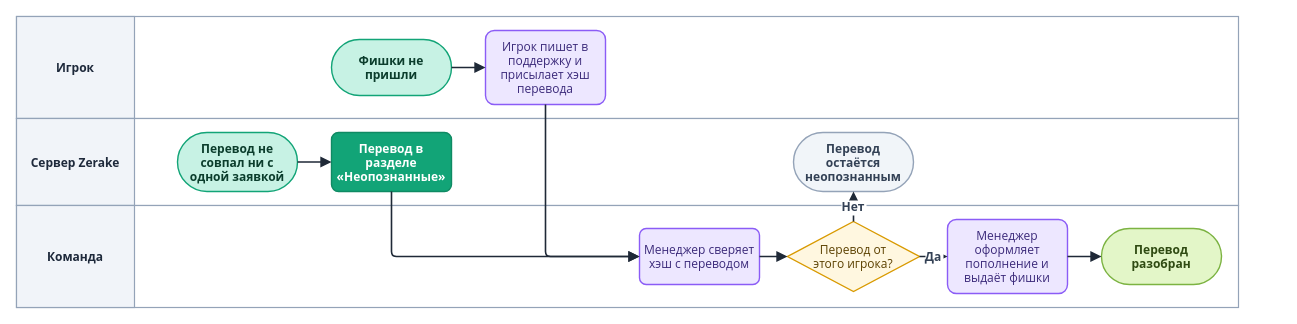
The draw.io diagram diagrams/drawio/unmatched.drawio in LILSUFFER/zerake-docs, before the edit. Source tidied: cells renumbered, new cells numbered last; positions are measured from the earlier drawing's top-left corner, leaving out a move shared by most shapes. Both pictures are drawn from the tidied source at 100%, with x=0, y=0 at pixel (16, 16).
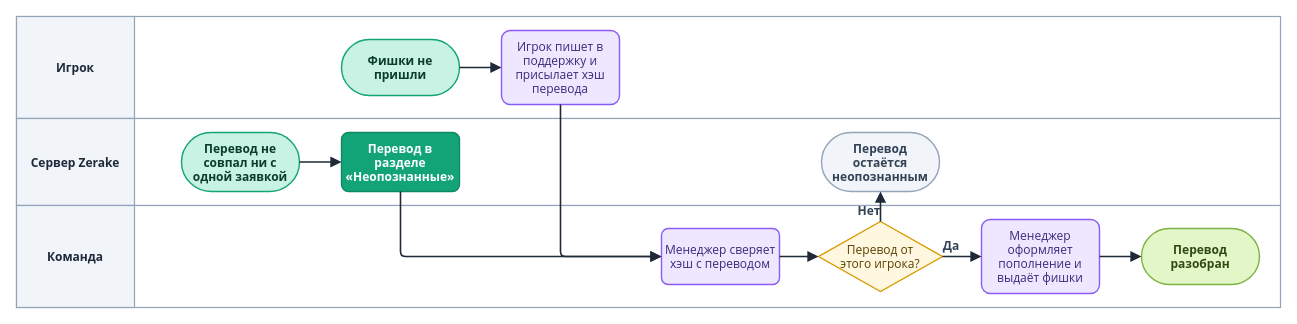
Above is the later version.

Diff of the diagram source:
```diff
@@
     <mxCell id="2" style="rounded=0;html=0;fillColor=#FFFFFF;strokeColor=#94A3B8;strokeWidth=1.2;" parent="1" vertex="1">
-      <mxGeometry width="1222" height="102" as="geometry" />
+      <mxGeometry width="1264" height="102" as="geometry" />
     </mxCell>
@@
     <mxCell id="4" style="rounded=0;html=0;fillColor=#FFFFFF;strokeColor=#94A3B8;strokeWidth=1.2;" parent="1" vertex="1">
-      <mxGeometry y="102" width="1222" height="87" as="geometry" />
+      <mxGeometry y="102" width="1264" height="87" as="geometry" />
     </mxCell>
@@
     <mxCell id="6" style="rounded=0;html=0;fillColor=#FFFFFF;strokeColor=#94A3B8;strokeWidth=1.2;" parent="1" vertex="1">
-      <mxGeometry y="189" width="1222" height="102" as="geometry" />
+      <mxGeometry y="189" width="1264" height="102" as="geometry" />
     </mxCell>
@@
     <mxCell id="8" value="Перевод не&#10;совпал ни с&#10;одной заявкой" style="rounded=1;arcSize=50;html=0;fontStyle=1;fillColor=#C7F2E4;strokeColor=#12A477;fontColor=#0B3D2C;fontFamily=Segoe UI;fontSize=12;strokeWidth=1.4;" parent="1" vertex="1">
-      <mxGeometry x="161" y="116" width="120" height="59" as="geometry" />
+      <mxGeometry x="165" y="116" width="118" height="59" as="geometry" />
     </mxCell>
     <mxCell id="9" value="Перевод в&#10;разделе&#10;«Неопознанные»" style="rounded=1;arcSize=12;html=0;fillColor=#12A477;strokeColor=#0F8A63;fontColor=#FFFFFF;fontStyle=1;fontFamily=Segoe UI;fontSize=12;strokeWidth=1.4;" parent="1" vertex="1">
-      <mxGeometry x="315" y="116" width="120" height="59" as="geometry" />
+      <mxGeometry x="325" y="116" width="118" height="59" as="geometry" />
     </mxCell>
     <mxCell id="10" value="Фишки не&#10;пришли" style="rounded=1;arcSize=50;html=0;fontStyle=1;fillColor=#C7F2E4;strokeColor=#12A477;fontColor=#0B3D2C;fontFamily=Segoe UI;fontSize=12;strokeWidth=1.4;" parent="1" vertex="1">
-      <mxGeometry x="315" y="23" width="120" height="56" as="geometry" />
+      <mxGeometry x="325" y="23" width="118" height="56" as="geometry" />
     </mxCell>
     <mxCell id="11" value="Игрок пишет в&#10;поддержку и&#10;присылает хэш&#10;перевода" style="rounded=1;arcSize=12;html=0;fillColor=#EDE7FF;strokeColor=#8B5CF6;fontColor=#3B2A7A;fontFamily=Segoe UI;fontSize=12;strokeWidth=1.4;" parent="1" vertex="1">
-      <mxGeometry x="469" y="14" width="120" height="74" as="geometry" />
+      <mxGeometry x="485" y="14" width="118" height="74" as="geometry" />
     </mxCell>
     <mxCell id="12" value="Менеджер сверяет&#10;хэш с переводом" style="rounded=1;arcSize=12;html=0;fillColor=#EDE7FF;strokeColor=#8B5CF6;fontColor=#3B2A7A;fontFamily=Segoe UI;fontSize=12;strokeWidth=1.4;" parent="1" vertex="1">
-      <mxGeometry x="623" y="212" width="120" height="56" as="geometry" />
+      <mxGeometry x="645" y="212" width="118" height="56" as="geometry" />
     </mxCell>
     <mxCell id="13" value="Перевод от&#10;этого игрока?" style="rhombus;html=0;fillColor=#FFF7E0;strokeColor=#D99A00;fontColor=#5C4100;fontFamily=Segoe UI;fontSize=12;strokeWidth=1.4;" parent="1" vertex="1">
-      <mxGeometry x="771" y="205" width="132" height="70" as="geometry" />
+      <mxGeometry x="802" y="205" width="124" height="70" as="geometry" />
     </mxCell>
     <mxCell id="14" value="Перевод&#10;остаётся&#10;неопознанным" style="rounded=1;arcSize=50;html=0;fontStyle=1;fillColor=#F1F5F9;strokeColor=#94A3B8;fontColor=#334155;fontFamily=Segoe UI;fontSize=12;strokeWidth=1.4;" parent="1" vertex="1">
-      <mxGeometry x="777" y="116" width="120" height="59" as="geometry" />
+      <mxGeometry x="805" y="116" width="118" height="59" as="geometry" />
     </mxCell>
     <mxCell id="15" value="Менеджер&#10;оформляет&#10;пополнение и&#10;выдаёт фишки" style="rounded=1;arcSize=12;html=0;fillColor=#EDE7FF;strokeColor=#8B5CF6;fontColor=#3B2A7A;fontFamily=Segoe UI;fontSize=12;strokeWidth=1.4;" parent="1" vertex="1">
-      <mxGeometry x="931" y="203" width="120" height="74" as="geometry" />
+      <mxGeometry x="965" y="203" width="118" height="74" as="geometry" />
     </mxCell>
     <mxCell id="16" value="Перевод&#10;разобран" style="rounded=1;arcSize=50;html=0;fontStyle=1;fillColor=#E3F6C8;strokeColor=#7CB342;fontColor=#2F4A12;fontFamily=Segoe UI;fontSize=12;strokeWidth=1.4;" parent="1" vertex="1">
-      <mxGeometry x="1085" y="212" width="120" height="56" as="geometry" />
+      <mxGeometry x="1125" y="212" width="118" height="56" as="geometry" />
     </mxCell>
-    <mxCell id="17" style="edgeStyle=orthogonalEdgeStyle;rounded=1;arcSize=10;jettySize=auto;html=0;strokeColor=#1F2937;strokeWidth=1.6;endArrow=block;endFill=1;endSize=7;fontFamily=Segoe UI;fontSize=12;fontStyle=1;fontColor=#334155;labelBackgroundColor=#FFFFFF;" parent="1" edge="1" source="8" target="9">
+    <mxCell id="17" style="edgeStyle=orthogonalEdgeStyle;rounded=1;arcSize=10;jettySize=auto;html=0;strokeColor=#1F2937;strokeWidth=1.6;endArrow=block;endFill=1;endSize=7;fontFamily=Segoe UI;fontSize=12;fontStyle=1;fontColor=#334155;labelBackgroundColor=none;" parent="1" edge="1" source="8" target="9">
       <mxGeometry relative="1" as="geometry" />
     </mxCell>
-    <mxCell id="18" style="edgeStyle=orthogonalEdgeStyle;rounded=1;arcSize=10;jettySize=auto;html=0;strokeColor=#1F2937;strokeWidth=1.6;endArrow=block;endFill=1;endSize=7;fontFamily=Segoe UI;fontSize=12;fontStyle=1;fontColor=#334155;labelBackgroundColor=#FFFFFF;exitX=0.5;exitY=1;entryX=0;entryY=0.5;" parent="1" edge="1" source="9" target="12">
+    <mxCell id="18" style="edgeStyle=orthogonalEdgeStyle;rounded=1;arcSize=10;jettySize=auto;html=0;strokeColor=#1F2937;strokeWidth=1.6;endArrow=block;endFill=1;endSize=7;fontFamily=Segoe UI;fontSize=12;fontStyle=1;fontColor=#334155;labelBackgroundColor=none;exitX=0.5;exitY=1;entryX=0;entryY=0.5;" parent="1" edge="1" source="9" target="12">
       <mxGeometry relative="1" as="geometry" />
     </mxCell>
-    <mxCell id="19" style="edgeStyle=orthogonalEdgeStyle;rounded=1;arcSize=10;jettySize=auto;html=0;strokeColor=#1F2937;strokeWidth=1.6;endArrow=block;endFill=1;endSize=7;fontFamily=Segoe UI;fontSize=12;fontStyle=1;fontColor=#334155;labelBackgroundColor=#FFFFFF;" parent="1" edge="1" source="10" target="11">
+    <mxCell id="19" style="edgeStyle=orthogonalEdgeStyle;rounded=1;arcSize=10;jettySize=auto;html=0;strokeColor=#1F2937;strokeWidth=1.6;endArrow=block;endFill=1;endSize=7;fontFamily=Segoe UI;fontSize=12;fontStyle=1;fontColor=#334155;labelBackgroundColor=none;" parent="1" edge="1" source="10" target="11">
       <mxGeometry relative="1" as="geometry" />
     </mxCell>
-    <mxCell id="20" style="edgeStyle=orthogonalEdgeStyle;rounded=1;arcSize=10;jettySize=auto;html=0;strokeColor=#1F2937;strokeWidth=1.6;endArrow=block;endFill=1;endSize=7;fontFamily=Segoe UI;fontSize=12;fontStyle=1;fontColor=#334155;labelBackgroundColor=#FFFFFF;exitX=0.5;exitY=1;entryX=0;entryY=0.5;" parent="1" edge="1" source="11" target="12">
+    <mxCell id="20" style="edgeStyle=orthogonalEdgeStyle;rounded=1;arcSize=10;jettySize=auto;html=0;strokeColor=#1F2937;strokeWidth=1.6;endArrow=block;endFill=1;endSize=7;fontFamily=Segoe UI;fontSize=12;fontStyle=1;fontColor=#334155;labelBackgroundColor=none;exitX=0.5;exitY=1;entryX=0;entryY=0.5;" parent="1" edge="1" source="11" target="12">
       <mxGeometry relative="1" as="geometry" />
     </mxCell>
-    <mxCell id="21" style="edgeStyle=orthogonalEdgeStyle;rounded=1;arcSize=10;jettySize=auto;html=0;strokeColor=#1F2937;strokeWidth=1.6;endArrow=block;endFill=1;endSize=7;fontFamily=Segoe UI;fontSize=12;fontStyle=1;fontColor=#334155;labelBackgroundColor=#FFFFFF;" parent="1" edge="1" source="12" target="13">
+    <mxCell id="21" style="edgeStyle=orthogonalEdgeStyle;rounded=1;arcSize=10;jettySize=auto;html=0;strokeColor=#1F2937;strokeWidth=1.6;endArrow=block;endFill=1;endSize=7;fontFamily=Segoe UI;fontSize=12;fontStyle=1;fontColor=#334155;labelBackgroundColor=none;" parent="1" edge="1" source="12" target="13">
       <mxGeometry relative="1" as="geometry" />
     </mxCell>
-    <mxCell id="22" value="Нет" style="edgeStyle=orthogonalEdgeStyle;rounded=1;arcSize=10;jettySize=auto;html=0;strokeColor=#1F2937;strokeWidth=1.6;endArrow=block;endFill=1;endSize=7;fontFamily=Segoe UI;fontSize=12;fontStyle=1;fontColor=#334155;labelBackgroundColor=#FFFFFF;" parent="1" edge="1" source="13" target="14">
-      <mxGeometry relative="1" as="geometry" />
+    <mxCell id="22" value="Нет" style="edgeStyle=orthogonalEdgeStyle;rounded=1;arcSize=10;jettySize=auto;html=0;strokeColor=#1F2937;strokeWidth=1.6;endArrow=block;endFill=1;endSize=7;fontFamily=Segoe UI;fontSize=12;fontStyle=1;fontColor=#334155;labelBackgroundColor=none;" parent="1" edge="1" source="13" target="14">
+      <mxGeometry x="-0.55" y="11" relative="1" as="geometry" />
     </mxCell>
-    <mxCell id="23" value="Да" style="edgeStyle=orthogonalEdgeStyle;rounded=1;arcSize=10;jettySize=auto;html=0;strokeColor=#1F2937;strokeWidth=1.6;endArrow=block;endFill=1;endSize=7;fontFamily=Segoe UI;fontSize=12;fontStyle=1;fontColor=#334155;labelBackgroundColor=#FFFFFF;" parent="1" edge="1" source="13" target="15">
-      <mxGeometry relative="1" as="geometry" />
+    <mxCell id="23" value="Да" style="edgeStyle=orthogonalEdgeStyle;rounded=1;arcSize=10;jettySize=auto;html=0;strokeColor=#1F2937;strokeWidth=1.6;endArrow=block;endFill=1;endSize=7;fontFamily=Segoe UI;fontSize=12;fontStyle=1;fontColor=#334155;labelBackgroundColor=none;" parent="1" edge="1" source="13" target="15">
+      <mxGeometry x="-0.55" y="11" relative="1" as="geometry" />
     </mxCell>
-    <mxCell id="24" style="edgeStyle=orthogonalEdgeStyle;rounded=1;arcSize=10;jettySize=auto;html=0;strokeColor=#1F2937;strokeWidth=1.6;endArrow=block;endFill=1;endSize=7;fontFamily=Segoe UI;fontSize=12;fontStyle=1;fontColor=#334155;labelBackgroundColor=#FFFFFF;" parent="1" edge="1" source="15" target="16">
+    <mxCell id="24" style="edgeStyle=orthogonalEdgeStyle;rounded=1;arcSize=10;jettySize=auto;html=0;strokeColor=#1F2937;strokeWidth=1.6;endArrow=block;endFill=1;endSize=7;fontFamily=Segoe UI;fontSize=12;fontStyle=1;fontColor=#334155;labelBackgroundColor=none;" parent="1" edge="1" source="15" target="16">
       <mxGeometry relative="1" as="geometry" />
     </mxCell>
```
